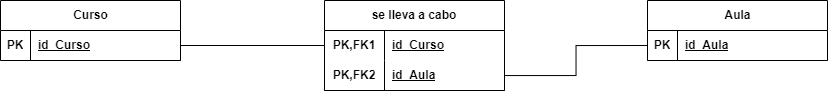
RafaelMayor/proyectoBBDD keeps this draw.io diagram as modelo-relacional/modelo-relacional.drawio.png. Above is the earlier version. Source tidied: cells renumbered, new cells last; positions are measured from the earlier drawing's top-left corner, leaving out a move shared by most shapes.
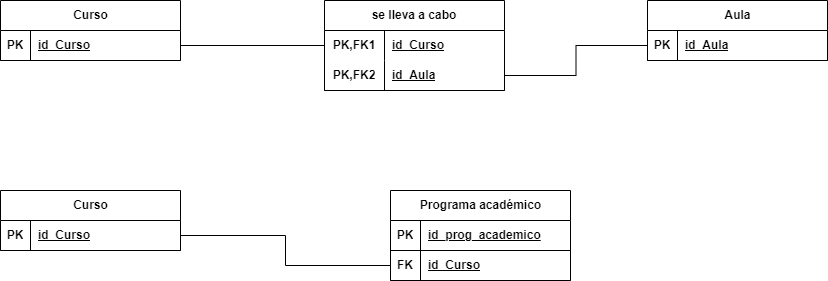
After the change.

Diff of the diagram source:
```diff
@@ -53,5 +53,41 @@
     <mxCell id="18" style="edgeStyle=orthogonalEdgeStyle;rounded=0;jettySize=auto;html=1;entryX=0;entryY=0.5;entryDx=0;entryDy=0;endArrow=none;endFill=0;" parent="1" edge="1" source="6" target="10">
       <mxGeometry relative="1" as="geometry" />
     </mxCell>
+    <mxCell id="19" value="Curso" style="shape=table;startSize=30;rowLines=0;fontStyle=1;align=center;html=1;" parent="1" vertex="1">
+      <mxGeometry y="190" width="180" height="60" as="geometry" />
+    </mxCell>
+    <mxCell id="20" style="shape=tableRow;horizontal=0;startSize=0;swimlaneHead=0;swimlaneBody=0;fillColor=none;points=[[0,0.5],[1,0.5]];portConstraint=eastwest;top=0;left=0;right=0;bottom=1;" parent="19" vertex="1">
+      <mxGeometry y="30" width="180" height="30" as="geometry" />
+    </mxCell>
+    <mxCell id="21" value="PK" style="shape=partialRectangle;fillColor=none;top=0;left=0;bottom=0;right=0;fontStyle=1;overflow=hidden;whiteSpace=wrap;html=1;" parent="20" vertex="1">
+      <mxGeometry width="30" height="30" as="geometry" />
+    </mxCell>
+    <mxCell id="22" value="id_Curso" style="shape=partialRectangle;fillColor=none;top=0;left=0;bottom=0;right=0;align=left;spacingLeft=6;fontStyle=5;overflow=hidden;whiteSpace=wrap;html=1;" parent="20" vertex="1">
+      <mxGeometry x="30" width="150" height="30" as="geometry" />
+    </mxCell>
+    <mxCell id="23" value="Programa académico" style="shape=table;startSize=30;rowLines=0;fontStyle=1;align=center;html=1;" parent="1" vertex="1">
+      <mxGeometry x="390" y="190" width="180" height="90" as="geometry" />
+    </mxCell>
+    <mxCell id="24" style="shape=tableRow;horizontal=0;startSize=0;swimlaneHead=0;swimlaneBody=0;fillColor=none;top=0;left=0;right=0;bottom=1;" parent="23" vertex="1">
+      <mxGeometry y="30" width="180" height="30" as="geometry" />
+    </mxCell>
+    <mxCell id="25" value="PK" style="shape=partialRectangle;fillColor=none;top=0;left=0;bottom=0;right=0;fontStyle=1;overflow=hidden;whiteSpace=wrap;html=1;" parent="24" vertex="1">
+      <mxGeometry width="30" height="30" as="geometry" />
+    </mxCell>
+    <mxCell id="26" value="id_prog_academico" style="shape=partialRectangle;fillColor=none;top=0;left=0;bottom=0;right=0;align=left;spacingLeft=6;fontStyle=5;overflow=hidden;whiteSpace=wrap;html=1;" parent="24" vertex="1">
+      <mxGeometry x="30" width="150" height="30" as="geometry" />
+    </mxCell>
+    <mxCell id="27" style="shape=tableRow;horizontal=0;startSize=0;swimlaneHead=0;swimlaneBody=0;fillColor=none;points=[[0,0.5],[1,0.5]];portConstraint=eastwest;top=0;left=0;right=0;bottom=1;" parent="23" vertex="1">
+      <mxGeometry y="60" width="180" height="30" as="geometry" />
+    </mxCell>
+    <mxCell id="28" value="FK" style="shape=partialRectangle;fillColor=none;top=0;left=0;bottom=0;right=0;fontStyle=1;overflow=hidden;whiteSpace=wrap;html=1;" parent="27" vertex="1">
+      <mxGeometry width="30" height="30" as="geometry" />
+    </mxCell>
+    <mxCell id="29" value="id_Curso" style="shape=partialRectangle;fillColor=none;top=0;left=0;bottom=0;right=0;align=left;spacingLeft=6;fontStyle=5;overflow=hidden;whiteSpace=wrap;html=1;" parent="27" vertex="1">
+      <mxGeometry x="30" width="150" height="30" as="geometry" />
+    </mxCell>
+    <mxCell id="30" style="edgeStyle=orthogonalEdgeStyle;rounded=0;jettySize=auto;html=1;entryX=0;entryY=0.5;entryDx=0;entryDy=0;endArrow=none;endFill=0;" parent="1" edge="1" source="20" target="27">
+      <mxGeometry relative="1" as="geometry" />
+    </mxCell>
   </root>
 </mxGraphModel>
```
